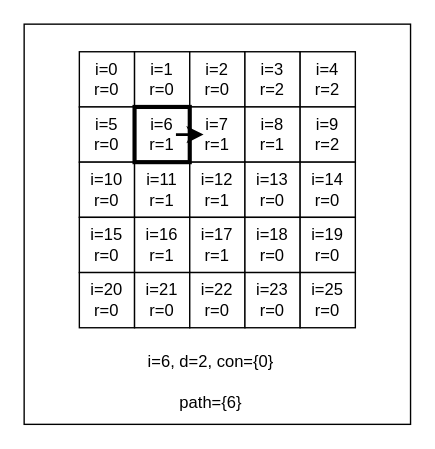
FallingXun/FallingXun.github.io keeps this draw.io diagram as page "Page-3" (3 of 14) of file/Algorithm/NavmeshNavigation/NavmeshNavigation_WalkContour.drawio. Above is the earlier version. Source tidied: cells renumbered, new cells numbered last; positions are measured from the earlier drawing's top-left corner, leaving out a move shared by most shapes. Both pictures are drawn from the tidied source at 138%, with x=0, y=0 at pixel (23, 23).
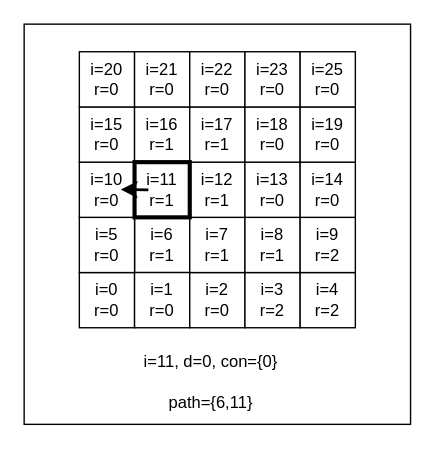
Above is the later version.

What changed in the source:
```diff
@@
     <mxCell id="2" value="&lt;font style=&quot;color: light-dark(rgb(0, 0, 0), rgb(255, 255, 255));&quot;&gt;i=6&lt;/font&gt;&lt;div&gt;&lt;font style=&quot;color: light-dark(rgb(0, 0, 0), rgb(255, 255, 255));&quot;&gt;r=1&lt;/font&gt;&lt;/div&gt;" style="whiteSpace=wrap;html=1;strokeWidth=1;strokeColor=light-dark(#000000,#FFFFFF);" parent="1" vertex="1">
-      <mxGeometry x="80" y="60" width="40" height="40" as="geometry" />
+      <mxGeometry x="80" y="140" width="40" height="40" as="geometry" />
     </mxCell>
     <mxCell id="3" value="&lt;font style=&quot;color: light-dark(rgb(0, 0, 0), rgb(255, 255, 255));&quot;&gt;i=0&lt;/font&gt;&lt;div&gt;&lt;font style=&quot;color: light-dark(rgb(0, 0, 0), rgb(255, 255, 255));&quot;&gt;r=0&lt;/font&gt;&lt;/div&gt;" style="whiteSpace=wrap;html=1;fillColor=light-dark(#FFFFFF,#FF0000);" parent="1" vertex="1">
-      <mxGeometry x="40" y="20" width="40" height="40" as="geometry" />
+      <mxGeometry x="40" y="180" width="40" height="40" as="geometry" />
     </mxCell>
     <mxCell id="4" value="&lt;font style=&quot;color: light-dark(rgb(0, 0, 0), rgb(255, 255, 255));&quot;&gt;i=1&lt;/font&gt;&lt;div&gt;&lt;font style=&quot;color: light-dark(rgb(0, 0, 0), rgb(255, 255, 255));&quot;&gt;r=0&lt;/font&gt;&lt;/div&gt;" style="whiteSpace=wrap;html=1;fillColor=light-dark(#FFFFFF,#FF0000);" parent="1" vertex="1">
-      <mxGeometry x="80" y="20" width="40" height="40" as="geometry" />
+      <mxGeometry x="80" y="180" width="40" height="40" as="geometry" />
     </mxCell>
     <mxCell id="5" value="&lt;font style=&quot;color: light-dark(rgb(0, 0, 0), rgb(255, 255, 255));&quot;&gt;i=2&lt;/font&gt;&lt;div&gt;&lt;font style=&quot;color: light-dark(rgb(0, 0, 0), rgb(255, 255, 255));&quot;&gt;r=0&lt;/font&gt;&lt;/div&gt;" style="whiteSpace=wrap;html=1;fillColor=light-dark(#FFFFFF,#FF0000);" parent="1" vertex="1">
-      <mxGeometry x="120" y="20" width="40" height="40" as="geometry" />
+      <mxGeometry x="120" y="180" width="40" height="40" as="geometry" />
     </mxCell>
     <mxCell id="6" value="&lt;font style=&quot;color: light-dark(rgb(0, 0, 0), rgb(0, 0, 0));&quot;&gt;i=3&lt;/font&gt;&lt;div&gt;&lt;font style=&quot;color: light-dark(rgb(0, 0, 0), rgb(0, 0, 0));&quot;&gt;r=2&lt;/font&gt;&lt;/div&gt;" style="whiteSpace=wrap;html=1;fillColor=light-dark(#FFFFFF,#FFFF00);" parent="1" vertex="1">
-      <mxGeometry x="160" y="20" width="40" height="40" as="geometry" />
+      <mxGeometry x="160" y="180" width="40" height="40" as="geometry" />
     </mxCell>
     <mxCell id="7" value="&lt;font style=&quot;color: light-dark(rgb(0, 0, 0), rgb(0, 0, 0));&quot;&gt;i=4&lt;/font&gt;&lt;div&gt;&lt;font style=&quot;color: light-dark(rgb(0, 0, 0), rgb(0, 0, 0));&quot;&gt;r=2&lt;/font&gt;&lt;/div&gt;" style="whiteSpace=wrap;html=1;fillColor=light-dark(#FFFFFF,#FFFF00);" parent="1" vertex="1">
-      <mxGeometry x="200" y="20" width="40" height="40" as="geometry" />
+      <mxGeometry x="200" y="180" width="40" height="40" as="geometry" />
     </mxCell>
     <mxCell id="8" value="&lt;font style=&quot;color: light-dark(rgb(0, 0, 0), rgb(255, 255, 255));&quot;&gt;i=5&lt;/font&gt;&lt;div&gt;&lt;font style=&quot;color: light-dark(rgb(0, 0, 0), rgb(255, 255, 255));&quot;&gt;r=0&lt;/font&gt;&lt;/div&gt;" style="whiteSpace=wrap;html=1;fillColor=light-dark(#FFFFFF,#FF0000);" parent="1" vertex="1">
-      <mxGeometry x="40" y="60" width="40" height="40" as="geometry" />
+      <mxGeometry x="40" y="140" width="40" height="40" as="geometry" />
     </mxCell>
     <mxCell id="9" value="&lt;font style=&quot;color: light-dark(rgb(0, 0, 0), rgb(255, 255, 255));&quot;&gt;i=7&lt;/font&gt;&lt;div&gt;&lt;div&gt;&lt;font style=&quot;color: light-dark(rgb(0, 0, 0), rgb(255, 255, 255));&quot;&gt;r=1&lt;/font&gt;&lt;/div&gt;&lt;/div&gt;" style="whiteSpace=wrap;html=1;" parent="1" vertex="1">
-      <mxGeometry x="120" y="60" width="40" height="40" as="geometry" />
+      <mxGeometry x="120" y="140" width="40" height="40" as="geometry" />
     </mxCell>
     <mxCell id="10" value="&lt;font style=&quot;color: light-dark(rgb(0, 0, 0), rgb(255, 255, 255));&quot;&gt;i=8&lt;/font&gt;&lt;div&gt;&lt;font style=&quot;color: light-dark(rgb(0, 0, 0), rgb(255, 255, 255));&quot;&gt;r=1&lt;/font&gt;&lt;/div&gt;" style="whiteSpace=wrap;html=1;" parent="1" vertex="1">
-      <mxGeometry x="160" y="60" width="40" height="40" as="geometry" />
+      <mxGeometry x="160" y="140" width="40" height="40" as="geometry" />
     </mxCell>
     <mxCell id="11" value="&lt;font style=&quot;color: light-dark(rgb(0, 0, 0), rgb(0, 0, 0));&quot;&gt;i=9&lt;/font&gt;&lt;div&gt;&lt;font style=&quot;color: light-dark(rgb(0, 0, 0), rgb(0, 0, 0));&quot;&gt;r=2&lt;/font&gt;&lt;/div&gt;" style="whiteSpace=wrap;html=1;fillColor=light-dark(#FFFFFF,#FFFF00);" parent="1" vertex="1">
-      <mxGeometry x="200" y="60" width="40" height="40" as="geometry" />
+      <mxGeometry x="200" y="140" width="40" height="40" as="geometry" />
     </mxCell>
@@
     <mxCell id="17" value="&lt;font style=&quot;color: light-dark(rgb(0, 0, 0), rgb(255, 255, 255));&quot;&gt;i=15&lt;/font&gt;&lt;div&gt;&lt;font style=&quot;color: light-dark(rgb(0, 0, 0), rgb(255, 255, 255));&quot;&gt;r=0&lt;/font&gt;&lt;/div&gt;" style="whiteSpace=wrap;html=1;fillColor=light-dark(#FFFFFF,#FF0000);" parent="1" vertex="1">
-      <mxGeometry x="40" y="140" width="40" height="40" as="geometry" />
+      <mxGeometry x="40" y="60" width="40" height="40" as="geometry" />
     </mxCell>
     <mxCell id="18" value="&lt;font style=&quot;color: light-dark(rgb(0, 0, 0), rgb(255, 255, 255));&quot;&gt;i=16&lt;/font&gt;&lt;div&gt;&lt;font style=&quot;color: light-dark(rgb(0, 0, 0), rgb(255, 255, 255));&quot;&gt;r=1&lt;/font&gt;&lt;/div&gt;" style="whiteSpace=wrap;html=1;" parent="1" vertex="1">
-      <mxGeometry x="80" y="140" width="40" height="40" as="geometry" />
+      <mxGeometry x="80" y="60" width="40" height="40" as="geometry" />
     </mxCell>
     <mxCell id="19" value="&lt;font style=&quot;color: light-dark(rgb(0, 0, 0), rgb(255, 255, 255));&quot;&gt;i=17&lt;/font&gt;&lt;div&gt;&lt;font style=&quot;color: light-dark(rgb(0, 0, 0), rgb(255, 255, 255));&quot;&gt;r=1&lt;/font&gt;&lt;/div&gt;" style="whiteSpace=wrap;html=1;" parent="1" vertex="1">
-      <mxGeometry x="120" y="140" width="40" height="40" as="geometry" />
+      <mxGeometry x="120" y="60" width="40" height="40" as="geometry" />
     </mxCell>
     <mxCell id="20" value="&lt;font style=&quot;color: light-dark(rgb(0, 0, 0), rgb(255, 255, 255));&quot;&gt;i=18&lt;/font&gt;&lt;div&gt;&lt;font style=&quot;color: light-dark(rgb(0, 0, 0), rgb(255, 255, 255));&quot;&gt;r=0&lt;/font&gt;&lt;/div&gt;" style="whiteSpace=wrap;html=1;fillColor=light-dark(#FFFFFF,#FF0000);" parent="1" vertex="1">
-      <mxGeometry x="160" y="140" width="40" height="40" as="geometry" />
+      <mxGeometry x="160" y="60" width="40" height="40" as="geometry" />
     </mxCell>
     <mxCell id="21" value="&lt;font style=&quot;color: light-dark(rgb(0, 0, 0), rgb(255, 255, 255));&quot;&gt;i=19&lt;/font&gt;&lt;div&gt;&lt;font style=&quot;color: light-dark(rgb(0, 0, 0), rgb(255, 255, 255));&quot;&gt;r=0&lt;/font&gt;&lt;/div&gt;" style="whiteSpace=wrap;html=1;fillColor=light-dark(#FFFFFF,#FF0000);" parent="1" vertex="1">
-      <mxGeometry x="200" y="140" width="40" height="40" as="geometry" />
+      <mxGeometry x="200" y="60" width="40" height="40" as="geometry" />
     </mxCell>
     <mxCell id="22" value="&lt;font style=&quot;color: light-dark(rgb(0, 0, 0), rgb(255, 255, 255));&quot;&gt;i=20&lt;/font&gt;&lt;div&gt;&lt;font style=&quot;color: light-dark(rgb(0, 0, 0), rgb(255, 255, 255));&quot;&gt;r=0&lt;/font&gt;&lt;/div&gt;" style="whiteSpace=wrap;html=1;fillColor=light-dark(#FFFFFF,#FF0000);" parent="1" vertex="1">
-      <mxGeometry x="40" y="180" width="40" height="40" as="geometry" />
+      <mxGeometry x="40" y="20" width="40" height="40" as="geometry" />
     </mxCell>
     <mxCell id="23" value="&lt;font style=&quot;color: light-dark(rgb(0, 0, 0), rgb(255, 255, 255));&quot;&gt;i=21&lt;/font&gt;&lt;div&gt;&lt;font style=&quot;color: light-dark(rgb(0, 0, 0), rgb(255, 255, 255));&quot;&gt;r=0&lt;/font&gt;&lt;/div&gt;" style="whiteSpace=wrap;html=1;fillColor=light-dark(#FFFFFF,#FF0000);" parent="1" vertex="1">
-      <mxGeometry x="80" y="180" width="40" height="40" as="geometry" />
+      <mxGeometry x="80" y="20" width="40" height="40" as="geometry" />
     </mxCell>
     <mxCell id="24" value="&lt;font style=&quot;color: light-dark(rgb(0, 0, 0), rgb(255, 255, 255));&quot;&gt;i=22&lt;/font&gt;&lt;div&gt;&lt;font style=&quot;color: light-dark(rgb(0, 0, 0), rgb(255, 255, 255));&quot;&gt;r=0&lt;/font&gt;&lt;/div&gt;" style="whiteSpace=wrap;html=1;fillColor=light-dark(#FFFFFF,#FF0000);" parent="1" vertex="1">
-      <mxGeometry x="120" y="180" width="40" height="40" as="geometry" />
+      <mxGeometry x="120" y="20" width="40" height="40" as="geometry" />
     </mxCell>
     <mxCell id="25" value="&lt;font style=&quot;color: light-dark(rgb(0, 0, 0), rgb(255, 255, 255));&quot;&gt;i=23&lt;/font&gt;&lt;div&gt;&lt;font style=&quot;color: light-dark(rgb(0, 0, 0), rgb(255, 255, 255));&quot;&gt;r=0&lt;/font&gt;&lt;/div&gt;" style="whiteSpace=wrap;html=1;fillColor=light-dark(#FFFFFF,#FF0000);" parent="1" vertex="1">
-      <mxGeometry x="160" y="180" width="40" height="40" as="geometry" />
+      <mxGeometry x="160" y="20" width="40" height="40" as="geometry" />
     </mxCell>
     <mxCell id="26" value="&lt;font style=&quot;color: light-dark(rgb(0, 0, 0), rgb(255, 255, 255));&quot;&gt;i=25&lt;/font&gt;&lt;div&gt;&lt;font style=&quot;color: light-dark(rgb(0, 0, 0), rgb(255, 255, 255));&quot;&gt;r=0&lt;/font&gt;&lt;/div&gt;" style="whiteSpace=wrap;html=1;fillColor=light-dark(#FFFFFF,#FF0000);" parent="1" vertex="1">
-      <mxGeometry x="200" y="180" width="40" height="40" as="geometry" />
+      <mxGeometry x="200" y="20" width="40" height="40" as="geometry" />
     </mxCell>
-    <mxCell id="27" value="i=6, d=2, con={0}" style="text;html=1;align=center;verticalAlign=middle;strokeColor=none;fillColor=none;" parent="1" vertex="1">
-      <mxGeometry x="80" y="230" width="110" height="30" as="geometry" />
+    <mxCell id="27" value="i=11, d=0, con={0}" style="text;html=1;align=center;verticalAlign=middle;strokeColor=none;fillColor=none;" parent="1" vertex="1">
+      <mxGeometry x="75" y="230" width="120" height="30" as="geometry" />
     </mxCell>
     <mxCell id="28" style="whiteSpace=wrap;html=1;strokeWidth=3;strokeColor=light-dark(#000000,#00FF00);fillColor=none;" parent="1" vertex="1">
-      <mxGeometry x="80" y="60" width="40" height="40" as="geometry" />
+      <mxGeometry x="80" y="100" width="40" height="40" as="geometry" />
     </mxCell>
     <mxCell id="29" style="endArrow=classic;html=1;strokeColor=light-dark(#000000,#FFFFFF);strokeWidth=2;" parent="1" edge="1">
       <mxGeometry relative="1" as="geometry">
-        <mxPoint x="110" y="80.1" as="sourcePoint" />
-        <mxPoint x="130" y="79.9" as="targetPoint" />
+        <mxPoint x="90" y="120.1" as="sourcePoint" />
+        <mxPoint x="70" y="119.8" as="targetPoint" />
       </mxGeometry>
     </mxCell>
-    <mxCell id="30" value="path={6}" style="text;html=1;align=center;verticalAlign=middle;strokeColor=none;fillColor=none;" parent="1" vertex="1">
-      <mxGeometry x="100" y="260" width="70" height="30" as="geometry" />
+    <mxCell id="30" value="path={6,11}" style="text;html=1;align=center;verticalAlign=middle;strokeColor=none;fillColor=none;" parent="1" vertex="1">
+      <mxGeometry x="95" y="260" width="80" height="30" as="geometry" />
     </mxCell>
```
